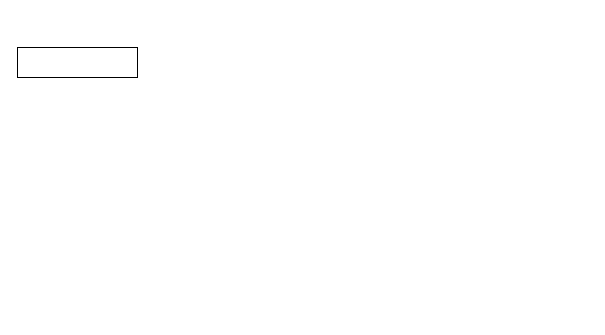
wildtechza/tqlap keeps this draw.io diagram as page "Welcome" (1 of 2) of mockup.drawio. Above is the earlier version. Source tidied: cells renumbered, new cells numbered last; positions are measured from the earlier drawing's top-left corner, leaving out a move shared by most shapes. Both pictures are drawn from the tidied source at 100%, with x=0, y=0 at pixel (17, 47).
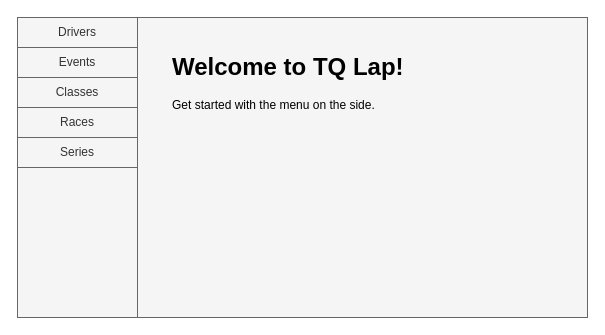
Above is the later version.

Change to the diagram source:
```diff
@@
 <mxGraphModel>
   <root>
     <mxCell id="0" />
     <mxCell id="1" parent="0" />
+    <mxCell id="3" style="rounded=0;whiteSpace=wrap;html=1;fillColor=#f5f5f5;strokeColor=#666666;fontColor=#333333;" parent="1" vertex="1">
+      <mxGeometry y="-30" width="120" height="300" as="geometry" />
+    </mxCell>
-    <mxCell id="2" style="rounded=0;whiteSpace=wrap;html=1;" parent="1" vertex="1">
+    <mxCell id="2" value="Events" style="rounded=0;whiteSpace=wrap;html=1;fillColor=#f5f5f5;strokeColor=#666666;fontColor=#333333;" parent="1" vertex="1">
       <mxGeometry width="120" height="30" as="geometry" />
     </mxCell>
+    <mxCell id="4" value="Drivers" style="rounded=0;whiteSpace=wrap;html=1;fillColor=#f5f5f5;strokeColor=#666666;fontColor=#333333;" parent="1" vertex="1">
+      <mxGeometry y="-30" width="120" height="30" as="geometry" />
+    </mxCell>
+    <mxCell id="5" value="Classes" style="rounded=0;whiteSpace=wrap;html=1;fillColor=#f5f5f5;strokeColor=#666666;fontColor=#333333;" parent="1" vertex="1">
+      <mxGeometry y="30" width="120" height="30" as="geometry" />
+    </mxCell>
+    <mxCell id="6" value="Races" style="rounded=0;whiteSpace=wrap;html=1;fillColor=#f5f5f5;strokeColor=#666666;fontColor=#333333;" parent="1" vertex="1">
+      <mxGeometry y="60" width="120" height="30" as="geometry" />
+    </mxCell>
+    <mxCell id="7" value="Series" style="rounded=0;whiteSpace=wrap;html=1;fillColor=#f5f5f5;strokeColor=#666666;fontColor=#333333;" parent="1" vertex="1">
+      <mxGeometry y="90" width="120" height="30" as="geometry" />
+    </mxCell>
+    <mxCell id="8" style="rounded=0;whiteSpace=wrap;html=1;fillColor=#f5f5f5;strokeColor=#666666;fontColor=#333333;" parent="1" vertex="1">
+      <mxGeometry x="120" y="-30" width="450" height="300" as="geometry" />
+    </mxCell>
+    <mxCell id="9" value="&lt;h1&gt;Welcome to TQ Lap!&lt;/h1&gt;&lt;p&gt;Get started with the menu on the side.&lt;/p&gt;" style="text;html=1;strokeColor=none;fillColor=none;spacing=5;spacingTop=-20;whiteSpace=wrap;overflow=hidden;rounded=0;" parent="1" vertex="1">
+      <mxGeometry x="150" width="360" height="120" as="geometry" />
+    </mxCell>
   </root>
 </mxGraphModel>
```
